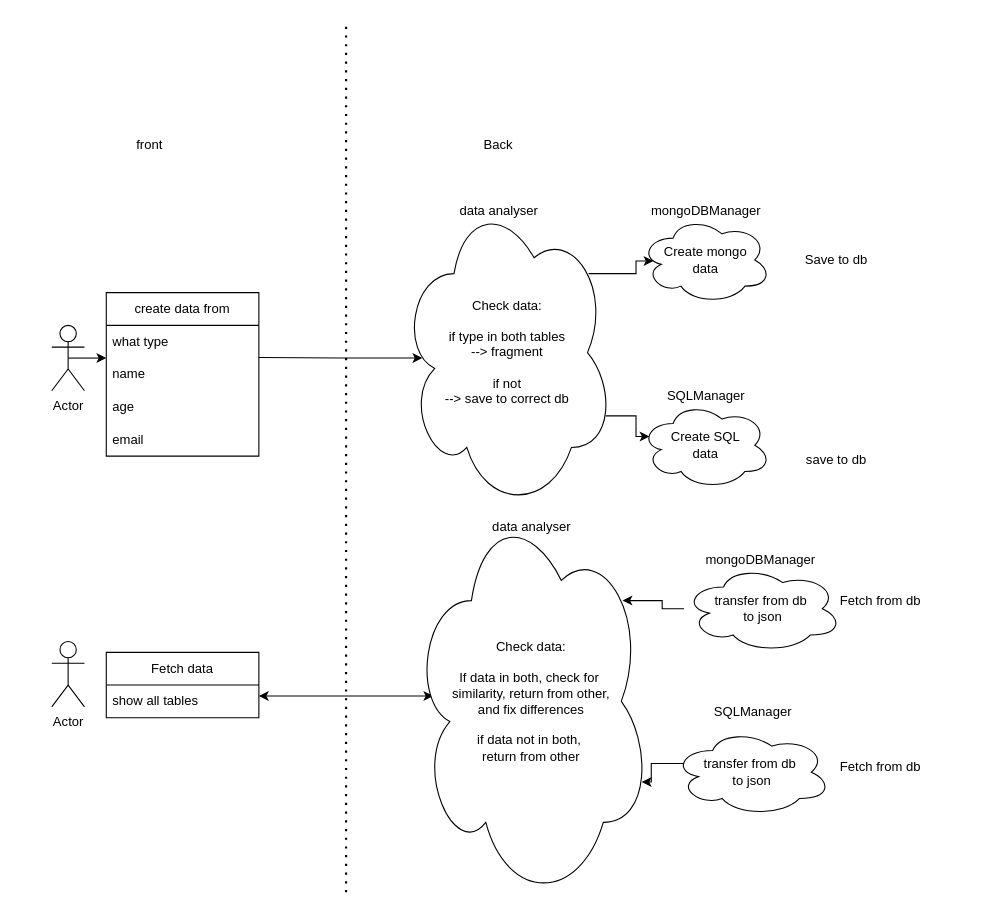
Earlier version of the draw.io diagram kaavijo.drawio (OskarSan/ass_4). Source tidied: cells renumbered, new cells numbered last; positions are measured from the earlier drawing's top-left corner, leaving out a move shared by most shapes. Both pictures are drawn from the tidied source at 109%, with x=0, y=0 at pixel (51, 20).
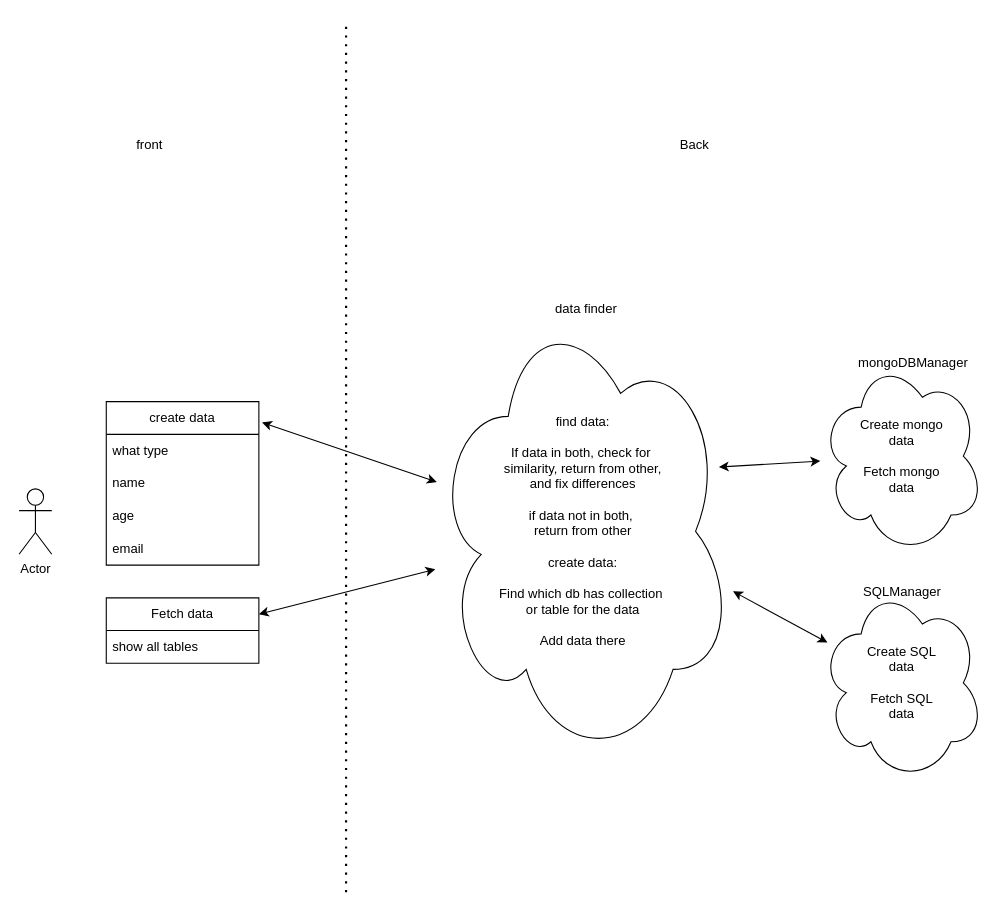
After the change.

The edit, as a diff of the source:
```diff
@@
-    <mxCell id="2" style="edgeStyle=orthogonalEdgeStyle;rounded=0;jettySize=auto;html=1;exitX=0.5;exitY=0.5;exitDx=0;exitDy=0;exitPerimeter=0;" parent="1" edge="1" source="3">
-      <mxGeometry relative="1" as="geometry">
-        <mxPoint x="50" y="310" as="targetPoint" />
-      </mxGeometry>
-    </mxCell>
-    <mxCell id="3" value="Actor" style="shape=umlActor;verticalLabelPosition=bottom;verticalAlign=top;html=1;outlineConnect=0;" parent="1" vertex="1">
-      <mxGeometry y="280" width="30" height="60" as="geometry" />
-    </mxCell>
-    <mxCell id="4" style="edgeStyle=orthogonalEdgeStyle;rounded=0;orthogonalLoop=1;jettySize=auto;html=1;exitX=0.875;exitY=0.5;exitDx=0;exitDy=0;exitPerimeter=0;" parent="1" edge="1">
-      <mxGeometry relative="1" as="geometry">
-        <mxPoint x="190" y="309.5" as="sourcePoint" />
-        <mxPoint x="340" y="310" as="targetPoint" />
-      </mxGeometry>
-    </mxCell>
-    <mxCell id="5" value="create data from" style="swimlane;fontStyle=0;horizontal=1;startSize=30;whiteSpace=wrap;html=1;" parent="1" vertex="1">
-      <mxGeometry x="50" y="250" width="140" height="150" as="geometry" />
+    <mxCell id="5" value="create data" style="swimlane;fontStyle=0;horizontal=1;startSize=30;whiteSpace=wrap;html=1;" parent="1" vertex="1">
+      <mxGeometry x="50" y="350" width="140" height="150" as="geometry" />
     </mxCell>
@@
     <mxCell id="12" value="Back" style="text;html=1;align=center;verticalAlign=middle;whiteSpace=wrap;rounded=0;" parent="1" vertex="1">
-      <mxGeometry x="380" y="100" width="60" height="30" as="geometry" />
+      <mxGeometry x="560" y="100" width="60" height="30" as="geometry" />
     </mxCell>
-    <mxCell id="13" value="&lt;div&gt;Check data:&lt;/div&gt;&lt;div&gt;&lt;br&gt;&lt;/div&gt;&lt;div&gt;if type in both tables&lt;/div&gt;&lt;div&gt;--&amp;gt; fragment&lt;/div&gt;&lt;div&gt;&lt;br&gt;&lt;/div&gt;&lt;div&gt;if not&lt;/div&gt;&lt;div&gt;--&amp;gt; save to correct db&lt;/div&gt;" style="ellipse;shape=cloud;whiteSpace=wrap;html=1;" parent="1" vertex="1">
-      <mxGeometry x="320" y="160" width="196" height="290" as="geometry" />
-    </mxCell>
-    <mxCell id="14" value="&lt;div&gt;Create mongo&lt;/div&gt;&lt;div&gt;data&lt;/div&gt;" style="ellipse;shape=cloud;whiteSpace=wrap;html=1;" parent="1" vertex="1">
-      <mxGeometry x="540" y="180" width="120" height="80" as="geometry" />
+    <mxCell id="14" value="&lt;div&gt;Create mongo&lt;/div&gt;&lt;div&gt;data&lt;/div&gt;&lt;div&gt;&lt;br&gt;&lt;/div&gt;&lt;div&gt;Fetch mongo&lt;/div&gt;&lt;div&gt;data&lt;/div&gt;" style="ellipse;shape=cloud;whiteSpace=wrap;html=1;" parent="1" vertex="1">
+      <mxGeometry x="705" y="310" width="150" height="180" as="geometry" />
     </mxCell>
-    <mxCell id="15" value="&lt;div&gt;Create SQL&lt;/div&gt;&lt;div&gt;data&lt;/div&gt;" style="ellipse;shape=cloud;whiteSpace=wrap;html=1;" parent="1" vertex="1">
-      <mxGeometry x="540" y="350" width="120" height="80" as="geometry" />
-    </mxCell>
-    <mxCell id="16" style="edgeStyle=orthogonalEdgeStyle;rounded=0;jettySize=auto;html=1;exitX=0.96;exitY=0.7;exitDx=0;exitDy=0;exitPerimeter=0;entryX=0.07;entryY=0.4;entryDx=0;entryDy=0;entryPerimeter=0;" parent="1" edge="1" source="13" target="15">
-      <mxGeometry relative="1" as="geometry" />
-    </mxCell>
-    <mxCell id="17" style="edgeStyle=orthogonalEdgeStyle;rounded=0;jettySize=auto;html=1;exitX=0.88;exitY=0.25;exitDx=0;exitDy=0;exitPerimeter=0;entryX=0.1;entryY=0.513;entryDx=0;entryDy=0;entryPerimeter=0;" parent="1" edge="1" source="13" target="14">
-      <mxGeometry relative="1" as="geometry" />
-    </mxCell>
-    <mxCell id="18" value="Save to db" style="text;html=1;align=center;verticalAlign=middle;whiteSpace=wrap;rounded=0;" parent="1" vertex="1">
-      <mxGeometry x="690" y="205" width="60" height="30" as="geometry" />
-    </mxCell>
-    <mxCell id="19" value="save to db" style="text;html=1;align=center;verticalAlign=middle;whiteSpace=wrap;rounded=0;" parent="1" vertex="1">
-      <mxGeometry x="690" y="389" width="60" height="30" as="geometry" />
-    </mxCell>
     <mxCell id="20" value="Actor" style="shape=umlActor;verticalLabelPosition=bottom;verticalAlign=top;html=1;" parent="1" vertex="1">
-      <mxGeometry y="570" width="30" height="60" as="geometry" />
+      <mxGeometry x="-30" y="430" width="30" height="60" as="geometry" />
     </mxCell>
     <mxCell id="21" value="Fetch data" style="swimlane;fontStyle=0;horizontal=1;startSize=30;whiteSpace=wrap;html=1;" parent="1" vertex="1">
-      <mxGeometry x="50" y="580" width="140" height="60" as="geometry" />
+      <mxGeometry x="50" y="530" width="140" height="60" as="geometry" />
     </mxCell>
@@
-    <mxCell id="23" style="endArrow=classic;startArrow=classic;html=1;rounded=0;" parent="1" edge="1">
-      <mxGeometry relative="1" as="geometry">
-        <mxPoint x="190" y="620" as="sourcePoint" />
-        <mxPoint x="350" y="620" as="targetPoint" />
-      </mxGeometry>
+    <mxCell id="23" style="endArrow=classic;startArrow=classic;html=1;rounded=0;exitX=1;exitY=0.25;exitDx=0;exitDy=0;" parent="1" edge="1" source="21" target="24">
+      <mxGeometry relative="1" as="geometry" />
     </mxCell>
-    <mxCell id="24" value="&lt;div&gt;Check data:&lt;/div&gt;&lt;div&gt;&lt;br&gt;&lt;/div&gt;&lt;div&gt;If data in both, check for&amp;nbsp;&lt;/div&gt;&lt;div&gt;similarity, return from other,&lt;/div&gt;&lt;div&gt;and fix differences&lt;/div&gt;&lt;div&gt;&lt;br&gt;&lt;/div&gt;&lt;div&gt;if data not in both,&amp;nbsp;&lt;/div&gt;&lt;div&gt;return from other&lt;/div&gt;" style="ellipse;shape=cloud;whiteSpace=wrap;html=1;" parent="1" vertex="1">
-      <mxGeometry x="330" y="440" width="220" height="370" as="geometry" />
+    <mxCell id="24" value="&lt;div&gt;find data:&lt;/div&gt;&lt;div&gt;&lt;br&gt;&lt;/div&gt;&lt;div&gt;If data in both, check for&amp;nbsp;&lt;/div&gt;&lt;div&gt;similarity, return from other,&lt;/div&gt;&lt;div&gt;and fix differences&lt;/div&gt;&lt;div&gt;&lt;br&gt;&lt;/div&gt;&lt;div&gt;if data not in both,&amp;nbsp;&lt;/div&gt;&lt;div&gt;return from other&lt;/div&gt;&lt;div&gt;&lt;br&gt;&lt;/div&gt;&lt;div&gt;create data:&lt;/div&gt;&lt;div&gt;&lt;br&gt;&lt;/div&gt;&lt;div&gt;Find which db has collection&amp;nbsp;&lt;/div&gt;&lt;div&gt;or table for the data&lt;/div&gt;&lt;div&gt;&lt;br&gt;&lt;/div&gt;&lt;div&gt;Add data there&lt;/div&gt;" style="ellipse;shape=cloud;whiteSpace=wrap;html=1;" parent="1" vertex="1">
+      <mxGeometry x="350" y="258" width="275" height="422" as="geometry" />
     </mxCell>
     <mxCell id="25" value="mongoDBManager" style="text;html=1;align=center;verticalAlign=middle;strokeColor=none;fillColor=none;" parent="1" vertex="1">
-      <mxGeometry x="540" y="160" width="120" height="30" as="geometry" />
+      <mxGeometry x="730" y="300" width="120" height="30" as="geometry" />
     </mxCell>
     <mxCell id="26" value="SQLManager" style="text;html=1;align=center;verticalAlign=middle;strokeColor=none;fillColor=none;" parent="1" vertex="1">
-      <mxGeometry x="555" y="330" width="90" height="30" as="geometry" />
+      <mxGeometry x="735" y="510" width="90" height="30" as="geometry" />
     </mxCell>
-    <mxCell id="27" value="data analyser" style="text;html=1;align=center;verticalAlign=middle;strokeColor=none;fillColor=none;" parent="1" vertex="1">
-      <mxGeometry x="360" y="160" width="100" height="30" as="geometry" />
-    </mxCell>
-    <mxCell id="28" value="data analyser" style="text;html=1;align=center;verticalAlign=middle;strokeColor=none;fillColor=none;" parent="1" vertex="1">
-      <mxGeometry x="390" y="450" width="100" height="30" as="geometry" />
+    <mxCell id="28" value="data finder" style="text;html=1;align=center;verticalAlign=middle;strokeColor=none;fillColor=none;" parent="1" vertex="1">
+      <mxGeometry x="450" y="250" width="80" height="30" as="geometry" />
     </mxCell>
-    <mxCell id="29" style="edgeStyle=orthogonalEdgeStyle;rounded=0;jettySize=auto;html=1;entryX=0.88;entryY=0.25;entryDx=0;entryDy=0;entryPerimeter=0;" parent="1" edge="1" source="30" target="24">
-      <mxGeometry relative="1" as="geometry" />
-    </mxCell>
-    <mxCell id="30" value="&lt;div&gt;transfer from db&amp;nbsp;&lt;/div&gt;&lt;div&gt;to json&lt;/div&gt;" style="ellipse;shape=cloud;whiteSpace=wrap;html=1;" parent="1" vertex="1">
-      <mxGeometry x="580" y="500" width="145" height="80" as="geometry" />
-    </mxCell>
-    <mxCell id="31" value="&lt;div&gt;transfer from db&amp;nbsp;&lt;/div&gt;&lt;div&gt;to json&lt;/div&gt;" style="ellipse;shape=cloud;whiteSpace=wrap;html=1;" parent="1" vertex="1">
-      <mxGeometry x="570" y="650" width="145" height="80" as="geometry" />
-    </mxCell>
-    <mxCell id="32" value="Fetch from db" style="text;html=1;align=center;verticalAlign=middle;strokeColor=none;fillColor=none;" parent="1" vertex="1">
-      <mxGeometry x="710" y="518" width="100" height="30" as="geometry" />
-    </mxCell>
-    <mxCell id="33" value="Fetch from db" style="text;html=1;align=center;verticalAlign=middle;strokeColor=none;fillColor=none;" parent="1" vertex="1">
-      <mxGeometry x="710" y="670" width="100" height="30" as="geometry" />
-    </mxCell>
-    <mxCell id="34" style="edgeStyle=orthogonalEdgeStyle;rounded=0;jettySize=auto;html=1;exitX=0.07;exitY=0.4;exitDx=0;exitDy=0;exitPerimeter=0;entryX=0.96;entryY=0.7;entryDx=0;entryDy=0;entryPerimeter=0;" parent="1" edge="1" source="31" target="24">
-      <mxGeometry relative="1" as="geometry" />
-    </mxCell>
-    <mxCell id="35" value="mongoDBManager" style="text;html=1;align=center;verticalAlign=middle;strokeColor=none;fillColor=none;" parent="1" vertex="1">
-      <mxGeometry x="590" y="480" width="120" height="30" as="geometry" />
-    </mxCell>
-    <mxCell id="36" value="SQLManager" style="text;html=1;align=center;verticalAlign=middle;strokeColor=none;fillColor=none;" parent="1" vertex="1">
-      <mxGeometry x="597.5" y="620" width="90" height="30" as="geometry" />
-    </mxCell>
+    <mxCell id="37" value="&lt;div&gt;Create SQL&lt;/div&gt;&lt;div&gt;data&lt;/div&gt;&lt;div&gt;&lt;br&gt;&lt;/div&gt;&lt;div&gt;Fetch SQL&lt;/div&gt;&lt;div&gt;data&lt;/div&gt;" style="ellipse;shape=cloud;whiteSpace=wrap;html=1;" parent="1" vertex="1">
+      <mxGeometry x="705" y="518" width="150" height="180" as="geometry" />
+    </mxCell>
+    <mxCell id="38" style="endArrow=classic;startArrow=classic;html=1;rounded=0;exitX=1.021;exitY=0.127;exitDx=0;exitDy=0;exitPerimeter=0;" parent="1" edge="1" source="5" target="24">
+      <mxGeometry relative="1" as="geometry" />
+    </mxCell>
+    <mxCell id="39" style="endArrow=classic;startArrow=classic;html=1;rounded=0;exitX=1.021;exitY=0.127;exitDx=0;exitDy=0;exitPerimeter=0;" parent="1" edge="1" target="14">
+      <mxGeometry relative="1" as="geometry">
+        <mxPoint x="612" y="410" as="sourcePoint" />
+      </mxGeometry>
+    </mxCell>
+    <mxCell id="40" style="endArrow=classic;startArrow=classic;html=1;rounded=0;exitX=1.021;exitY=0.127;exitDx=0;exitDy=0;exitPerimeter=0;" parent="1" edge="1" target="37">
+      <mxGeometry relative="1" as="geometry">
+        <mxPoint x="625" y="524" as="sourcePoint" />
+      </mxGeometry>
+    </mxCell>
```
